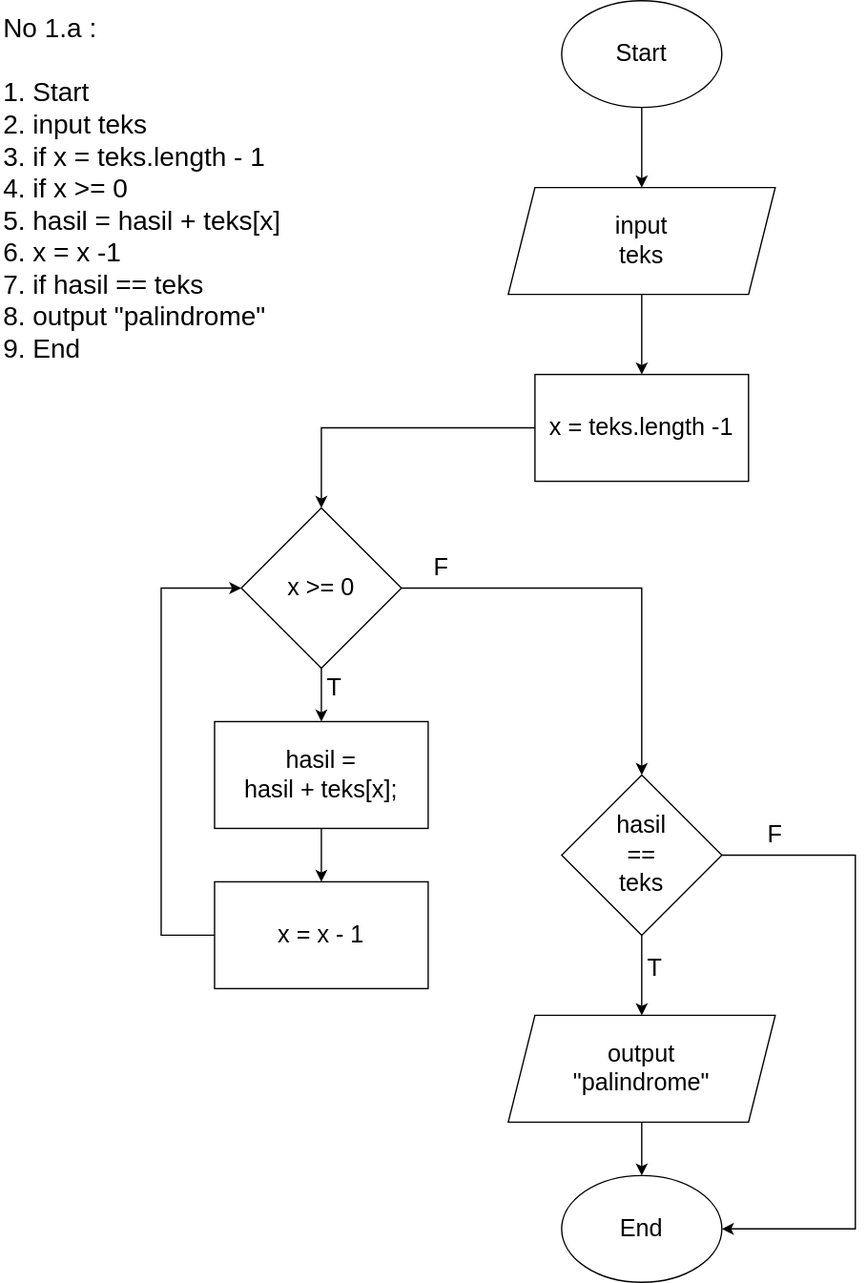
The draw.io diagram WEEK-2/flowchart1a.drawio.svg in afif-buchori/fw14-afif-buchori, before a commit. Source tidied: cells renumbered, new cells last; positions are measured from the earlier drawing's top-left corner, leaving out a move shared by most shapes.
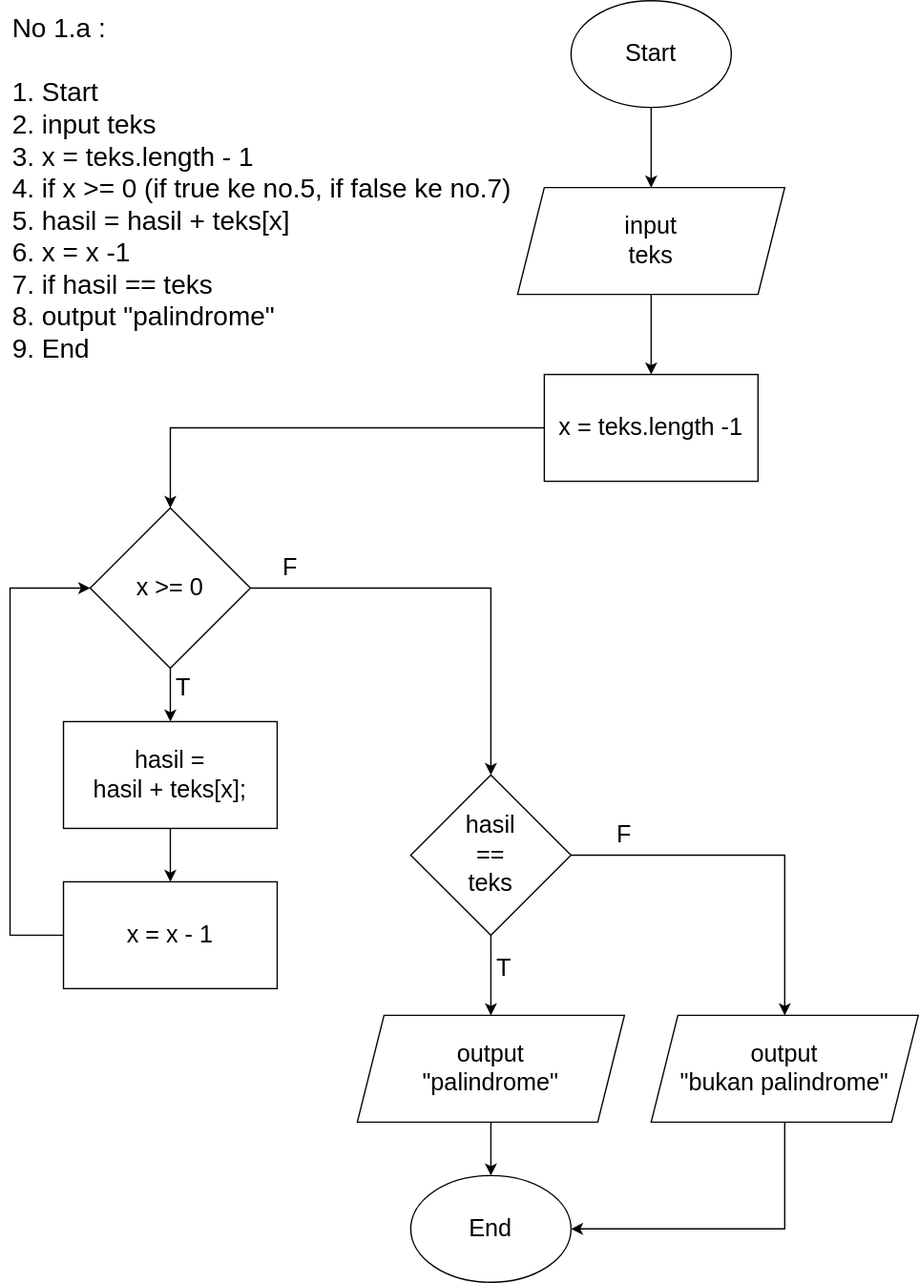
The same diagram one commit later.

Commit message:
fix revisi algoritma dan flowchart, dan merubah remove class dalam javascript

What changed in the source:
```diff
@@ -2,22 +2,22 @@
   <root>
     <mxCell id="0" />
     <mxCell id="1" parent="0" />
-    <mxCell id="2" value="&lt;font style=&quot;font-size: 20px;&quot;&gt;No 1.a :&lt;br style=&quot;font-size: 20px;&quot;&gt;&lt;br style=&quot;font-size: 20px;&quot;&gt;1. Start&lt;br style=&quot;font-size: 20px;&quot;&gt;&lt;/font&gt;&lt;div style=&quot;font-size: 20px;&quot;&gt;&lt;span style=&quot;background-color: initial; font-size: 20px;&quot;&gt;&lt;font style=&quot;font-size: 20px;&quot;&gt;2. input teks&lt;/font&gt;&lt;/span&gt;&lt;/div&gt;&lt;div style=&quot;font-size: 20px;&quot;&gt;&lt;span style=&quot;background-color: initial; font-size: 20px;&quot;&gt;&lt;font style=&quot;font-size: 20px;&quot;&gt;3. if x = teks.length - 1&lt;/font&gt;&lt;/span&gt;&lt;/div&gt;&lt;div style=&quot;font-size: 20px;&quot;&gt;&lt;span style=&quot;background-color: initial; font-size: 20px;&quot;&gt;&lt;font style=&quot;font-size: 20px;&quot;&gt;4. if x &amp;gt;= 0&lt;/font&gt;&lt;/span&gt;&lt;/div&gt;&lt;div style=&quot;font-size: 20px;&quot;&gt;&lt;span style=&quot;background-color: initial; font-size: 20px;&quot;&gt;&lt;font style=&quot;font-size: 20px;&quot;&gt;5. hasil = hasil + teks[x]&lt;/font&gt;&lt;/span&gt;&lt;/div&gt;&lt;div style=&quot;font-size: 20px;&quot;&gt;&lt;font style=&quot;font-size: 20px;&quot;&gt;6. x = x -1&lt;/font&gt;&lt;/div&gt;&lt;div style=&quot;font-size: 20px;&quot;&gt;&lt;font style=&quot;font-size: 20px;&quot;&gt;7. if hasil == teks&lt;/font&gt;&lt;/div&gt;&lt;div style=&quot;font-size: 20px;&quot;&gt;&lt;font style=&quot;font-size: 20px;&quot;&gt;8. output &quot;palindrome&quot;&lt;/font&gt;&lt;/div&gt;&lt;div style=&quot;font-size: 20px;&quot;&gt;&lt;font style=&quot;font-size: 20px;&quot;&gt;9. End&lt;/font&gt;&lt;/div&gt;" style="text;html=1;strokeColor=none;fillColor=none;align=left;verticalAlign=middle;whiteSpace=wrap;rounded=0;fontSize=20;" parent="1" vertex="1">
-      <mxGeometry width="310" height="280" as="geometry" />
+    <mxCell id="2" value="&lt;font style=&quot;font-size: 20px;&quot;&gt;No 1.a :&lt;br style=&quot;font-size: 20px;&quot;&gt;&lt;br style=&quot;font-size: 20px;&quot;&gt;1. Start&lt;br style=&quot;font-size: 20px;&quot;&gt;&lt;/font&gt;&lt;div style=&quot;font-size: 20px;&quot;&gt;&lt;span style=&quot;background-color: initial; font-size: 20px;&quot;&gt;&lt;font style=&quot;font-size: 20px;&quot;&gt;2. input teks&lt;/font&gt;&lt;/span&gt;&lt;/div&gt;&lt;div style=&quot;font-size: 20px;&quot;&gt;&lt;span style=&quot;background-color: initial; font-size: 20px;&quot;&gt;&lt;font style=&quot;font-size: 20px;&quot;&gt;3. x = teks.length - 1&lt;/font&gt;&lt;/span&gt;&lt;/div&gt;&lt;div style=&quot;font-size: 20px;&quot;&gt;&lt;span style=&quot;background-color: initial; font-size: 20px;&quot;&gt;&lt;font style=&quot;font-size: 20px;&quot;&gt;4. if x &amp;gt;= 0 (if true ke no.5, if false ke no.7)&lt;/font&gt;&lt;/span&gt;&lt;/div&gt;&lt;div style=&quot;font-size: 20px;&quot;&gt;&lt;span style=&quot;background-color: initial; font-size: 20px;&quot;&gt;&lt;font style=&quot;font-size: 20px;&quot;&gt;5. hasil = hasil + teks[x]&lt;/font&gt;&lt;/span&gt;&lt;/div&gt;&lt;div style=&quot;font-size: 20px;&quot;&gt;&lt;font style=&quot;font-size: 20px;&quot;&gt;6. x = x -1&lt;/font&gt;&lt;/div&gt;&lt;div style=&quot;font-size: 20px;&quot;&gt;&lt;font style=&quot;font-size: 20px;&quot;&gt;7. if hasil == teks&lt;/font&gt;&lt;/div&gt;&lt;div style=&quot;font-size: 20px;&quot;&gt;&lt;font style=&quot;font-size: 20px;&quot;&gt;8. output &quot;palindrome&quot;&lt;/font&gt;&lt;/div&gt;&lt;div style=&quot;font-size: 20px;&quot;&gt;&lt;font style=&quot;font-size: 20px;&quot;&gt;9.&lt;/font&gt;&lt;span style=&quot;background-color: initial;&quot;&gt;&amp;nbsp;End&lt;/span&gt;&lt;/div&gt;" style="text;html=1;strokeColor=none;fillColor=none;align=left;verticalAlign=middle;whiteSpace=wrap;rounded=0;fontSize=20;" parent="1" vertex="1">
+      <mxGeometry x="120" width="410" height="280" as="geometry" />
     </mxCell>
     <mxCell id="3" style="edgeStyle=orthogonalEdgeStyle;rounded=0;jettySize=auto;html=1;fontSize=18;" parent="1" edge="1" source="4" target="6">
       <mxGeometry relative="1" as="geometry" />
     </mxCell>
     <mxCell id="4" value="Start" style="ellipse;whiteSpace=wrap;html=1;fontSize=18;" parent="1" vertex="1">
-      <mxGeometry x="420" width="120" height="80" as="geometry" />
+      <mxGeometry x="540" width="120" height="80" as="geometry" />
     </mxCell>
     <mxCell id="5" style="edgeStyle=orthogonalEdgeStyle;rounded=0;jettySize=auto;html=1;fontSize=18;" parent="1" edge="1" source="6" target="8">
       <mxGeometry relative="1" as="geometry" />
     </mxCell>
     <mxCell id="6" value="input&lt;br&gt;teks" style="shape=parallelogram;perimeter=parallelogramPerimeter;whiteSpace=wrap;html=1;fixedSize=1;fontSize=18;" parent="1" vertex="1">
-      <mxGeometry x="380" y="140" width="200" height="80" as="geometry" />
+      <mxGeometry x="500" y="140" width="200" height="80" as="geometry" />
     </mxCell>
-    <mxCell id="7" style="edgeStyle=orthogonalEdgeStyle;rounded=0;jettySize=auto;html=1;fontSize=18;exitX=0;exitY=0.5;exitDx=0;exitDy=0;" parent="1" edge="1" source="8" target="10">
+    <mxCell id="7" style="edgeStyle=orthogonalEdgeStyle;rounded=0;jettySize=auto;html=1;fontSize=18;exitX=0;exitY=0.5;exitDx=0;exitDy=0;entryX=0.5;entryY=0;entryDx=0;entryDy=0;" parent="1" edge="1" source="8" target="10">
       <mxGeometry relative="1" as="geometry">
         <Array as="points">
           <mxPoint x="240" y="320" />
@@ -25,7 +25,7 @@
       </mxGeometry>
     </mxCell>
     <mxCell id="8" value="x = teks.length -1" style="rounded=0;whiteSpace=wrap;html=1;fontSize=18;" parent="1" vertex="1">
-      <mxGeometry x="400" y="280" width="160" height="80" as="geometry" />
+      <mxGeometry x="520" y="280" width="160" height="80" as="geometry" />
     </mxCell>
     <mxCell id="9" style="edgeStyle=orthogonalEdgeStyle;rounded=0;jettySize=auto;html=1;fontSize=18;" parent="1" edge="1" source="10" target="12">
       <mxGeometry relative="1" as="geometry" />
@@ -69,14 +69,6 @@
         </Array>
       </mxGeometry>
     </mxCell>
-    <mxCell id="20" style="endArrow=classic;html=1;rounded=0;fontSize=18;exitX=1;exitY=0.5;exitDx=0;exitDy=0;entryX=1;entryY=0.5;entryDx=0;entryDy=0;" parent="1" edge="1" source="14" target="15">
-      <mxGeometry relative="1" as="geometry">
-        <Array as="points">
-          <mxPoint x="640" y="640" />
-          <mxPoint x="640" y="920" />
-        </Array>
-      </mxGeometry>
-    </mxCell>
     <mxCell id="21" value="T" style="text;html=1;strokeColor=none;fillColor=none;align=center;verticalAlign=middle;whiteSpace=wrap;rounded=0;fontSize=18;" parent="1" vertex="1">
       <mxGeometry x="220" y="500" width="60" height="30" as="geometry" />
     </mxCell>
@@ -92,5 +84,22 @@
     <mxCell id="25" value="x = x - 1" style="rounded=0;whiteSpace=wrap;html=1;fontSize=18;" parent="1" vertex="1">
       <mxGeometry x="160" y="660" width="160" height="80" as="geometry" />
     </mxCell>
+    <mxCell id="26" value="output&lt;br&gt;&quot;bukan palindrome&quot;" style="shape=parallelogram;perimeter=parallelogramPerimeter;whiteSpace=wrap;html=1;fixedSize=1;fontSize=18;" parent="1" vertex="1">
+      <mxGeometry x="600" y="760" width="200" height="80" as="geometry" />
+    </mxCell>
+    <mxCell id="27" style="endArrow=classic;html=1;rounded=0;entryX=0.5;entryY=0;entryDx=0;entryDy=0;exitX=1;exitY=0.5;exitDx=0;exitDy=0;" parent="1" edge="1" source="14" target="26">
+      <mxGeometry relative="1" as="geometry">
+        <Array as="points">
+          <mxPoint x="700" y="640" />
+        </Array>
+      </mxGeometry>
+    </mxCell>
+    <mxCell id="28" style="endArrow=classic;html=1;rounded=0;exitX=0.5;exitY=1;exitDx=0;exitDy=0;entryX=1;entryY=0.5;entryDx=0;entryDy=0;" parent="1" edge="1" source="26" target="15">
+      <mxGeometry relative="1" as="geometry">
+        <Array as="points">
+          <mxPoint x="700" y="920" />
+        </Array>
+      </mxGeometry>
+    </mxCell>
   </root>
 </mxGraphModel>
```
